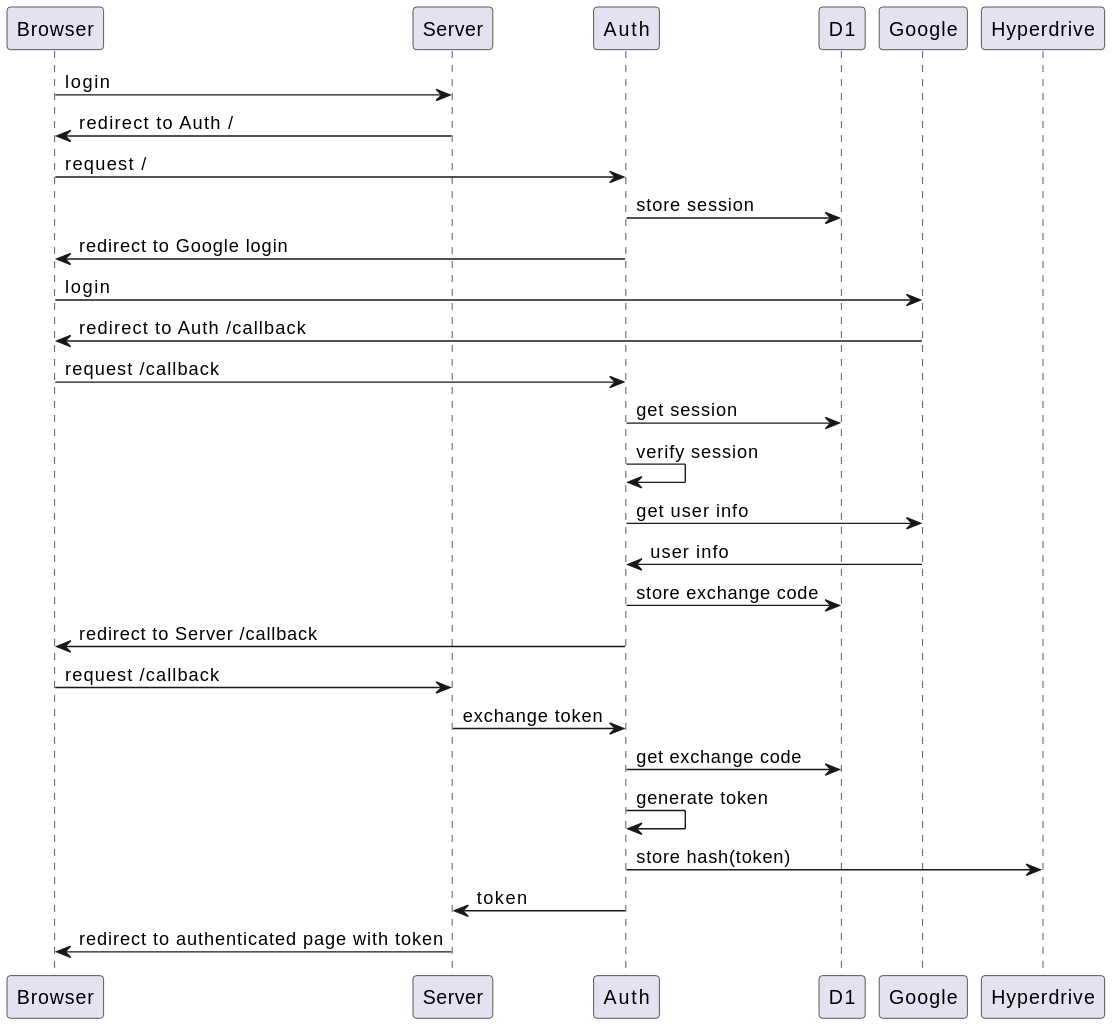
Earlier version of the PlantUML export diagram.svg (deploys-app/auth).
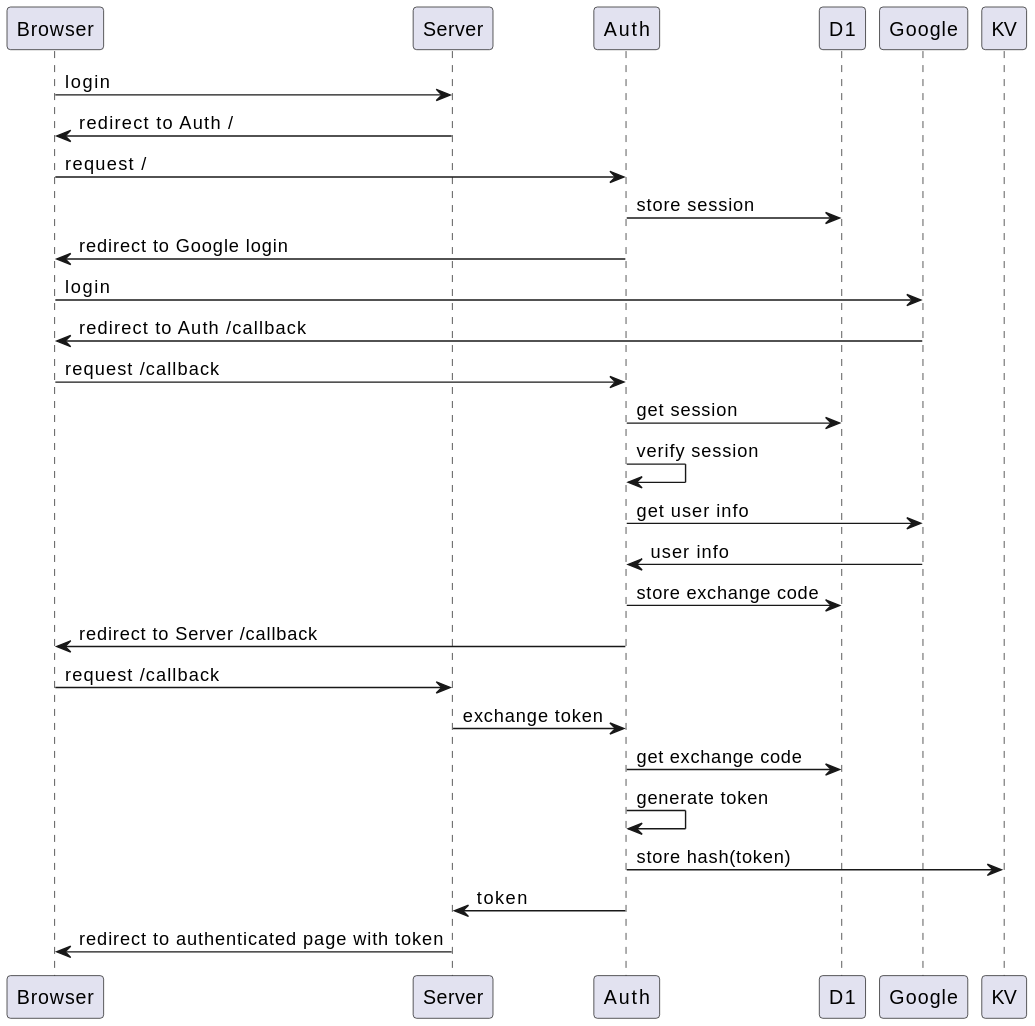
Above is the later version.

Commit message:
remove d1 to store token

The edit, as a diff of the source:
```diff
@@ -1,4 +1,4 @@
-@startuml Login
+@startuml
 Browser -> Server: login
 Server -> Browser: redirect to Auth /
 Browser -> Auth: request /
@@ -17,7 +17,7 @@
 Server -> Auth: exchange token
 Auth -> D1: get exchange code
 Auth -> Auth: generate token
-Auth -> Hyperdrive: store hash(token)
+Auth -> KV: store hash(token)
 Auth -> Server: token
 Server -> Browser: redirect to authenticated page with token
 @enduml
```
